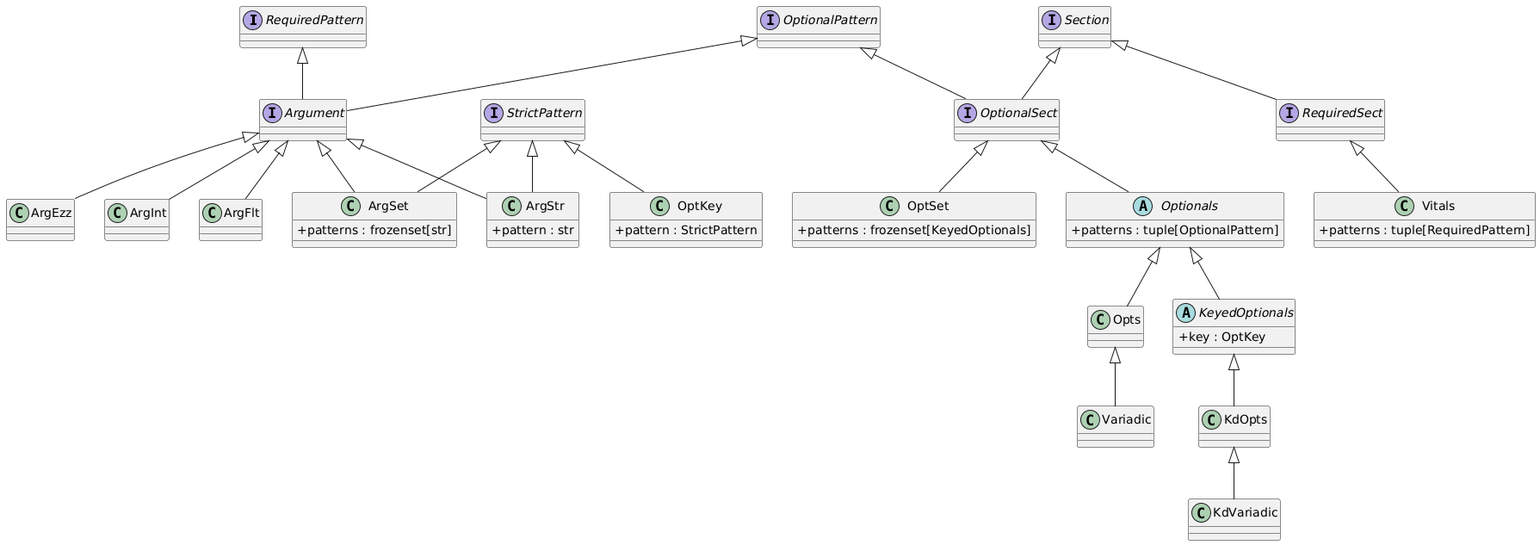
Above: doc/protocol/RC-application.patterns.png in petru-braha/RC-application (PlantUML), before the change. Source of this version:
```plantuml
@startuml
skinparam classAttributeIconSize 0
set namespaceSeparator none

interface RequiredPattern {
}

interface OptionalPattern {
}

interface StrictPattern {
}


interface Argument {
}

class ArgEzz {
}

class ArgInt {
}

class ArgFlt {
}

class ArgStr {
  +pattern : str
}

class ArgSet {
  +patterns : frozenset[str]
}

class OptKey {
  +pattern : StrictPattern
}

interface Section {
}

interface RequiredSect {
}

class Vitals {
  +patterns : tuple[RequiredPattern]
}

interface OptionalSect {
}

abstract class Optionals {
  +patterns : tuple[OptionalPattern]
}

class Opts {
}

class Variadic {
}

abstract class KeyedOptionals {
  +key : OptKey
}

class KdOpts {
}

class KdVariadic {
}

class OptSet {
  +patterns : frozenset[KeyedOptionals]
}


RequiredPattern <|-- Argument
OptionalPattern <|-- Argument

Argument <|-- ArgEzz
Argument <|-- ArgInt
Argument <|-- ArgFlt
Argument <|-- ArgStr
StrictPattern <|-- ArgStr
Argument <|-- ArgSet
StrictPattern <|-- ArgSet

StrictPattern <|-- OptKey


Section <|-- RequiredSect
Section <|-- OptionalSect
OptionalPattern <|-- OptionalSect

RequiredSect <|-- Vitals
OptionalSect <|-- Optionals
OptionalSect <|-- OptSet

Optionals <|-- Opts
Opts <|-- Variadic
Optionals <|-- KeyedOptionals
KeyedOptionals <|-- KdOpts
KdOpts <|-- KdVariadic
@enduml
```
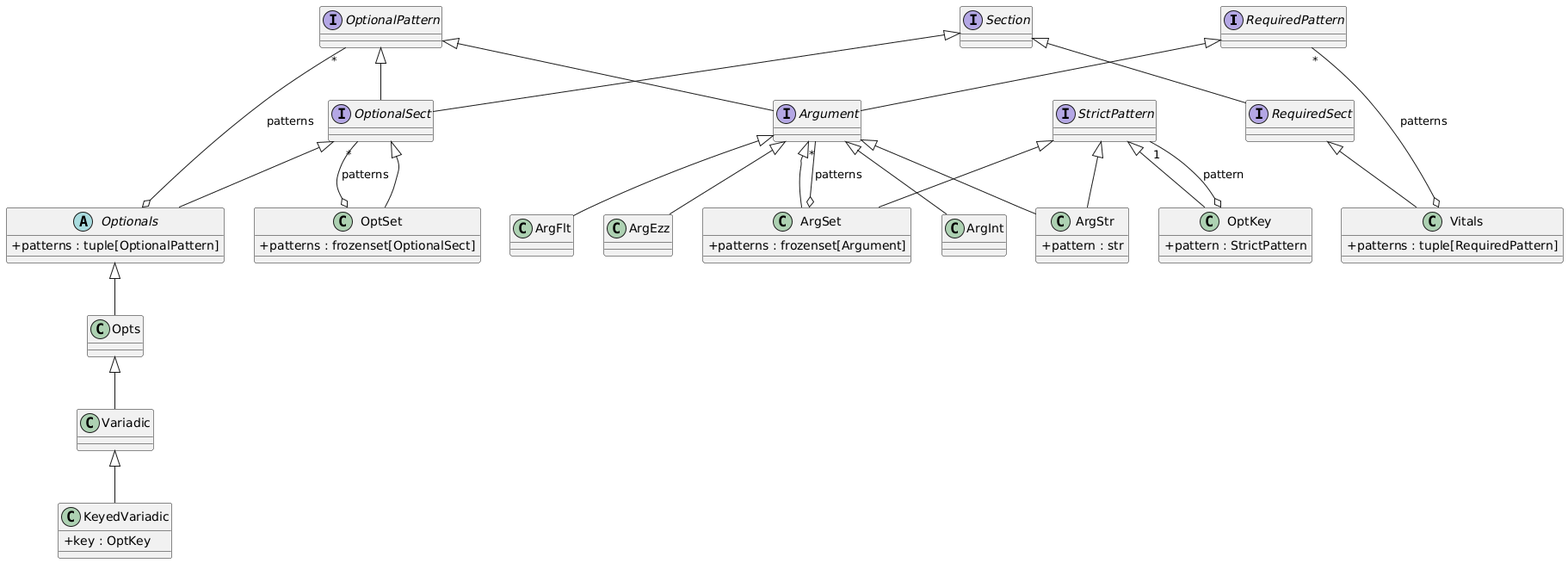
The same diagram one commit later.

Commit message:
refactor: opts are keyed, removed KdOpts class, ArgSet is now a set of  objects

Diff of the diagram source:
```diff
@@ -29,7 +29,7 @@
 }
 
 class ArgSet {
-  +patterns : frozenset[str]
+  +patterns : frozenset[Argument]
 }
 
 class OptKey {
@@ -49,6 +49,10 @@
 interface OptionalSect {
 }
 
+class OptSet {
+  +patterns : frozenset[OptionalSect]
+}
+
 abstract class Optionals {
   +patterns : tuple[OptionalPattern]
 }
@@ -59,18 +63,8 @@
 class Variadic {
 }
 
-abstract class KeyedOptionals {
+class KeyedVariadic {
   +key : OptKey
-}
-
-class KdOpts {
-}
-
-class KdVariadic {
-}
-
-class OptSet {
-  +patterns : frozenset[KeyedOptionals]
 }
 
 
@@ -98,7 +92,17 @@
 
 Optionals <|-- Opts
 Opts <|-- Variadic
-Optionals <|-- KeyedOptionals
-KeyedOptionals <|-- KdOpts
-KdOpts <|-- KdVariadic
+Variadic <|-- KeyedVariadic
+
+
+OptKey o-up- "1" StrictPattern : pattern
+
+ArgSet o-up- "*" Argument : patterns
+
+
+Vitals o-up- "*" RequiredPattern : patterns
+
+OptSet o-up- "*" OptionalSect : patterns
+
+Optionals o-up- "*" OptionalPattern : patterns
 @enduml
```
